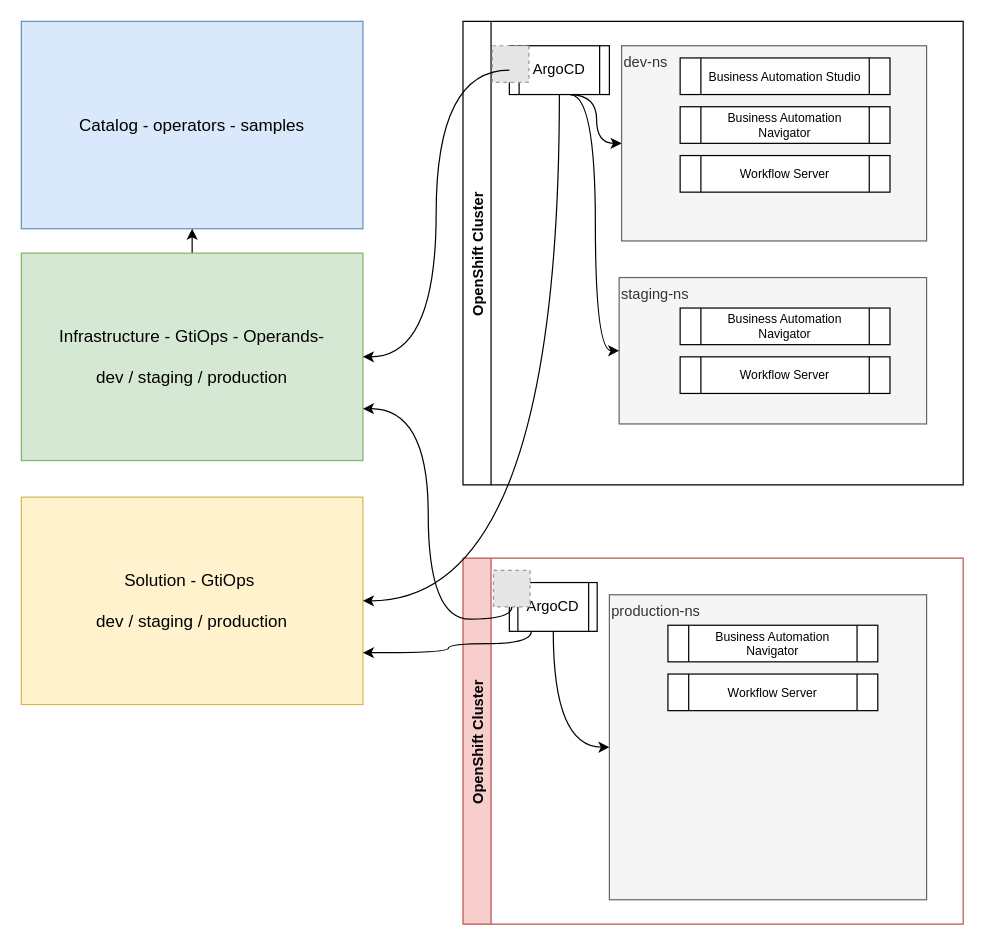
Before: docs/diagrams/gitops-catalog.drawio in ibm-cloud-architecture/dba-infra-gitops, a draw.io diagram. Source tidied: cells renumbered, new cells numbered last; positions are measured from the earlier drawing's top-left corner, leaving out a move shared by most shapes. Both pictures are drawn from the tidied source at 122%, with x=0, y=0 at pixel (21, 21). Pictures stored in the file or linked from it are replaced by grey dashed boxes.
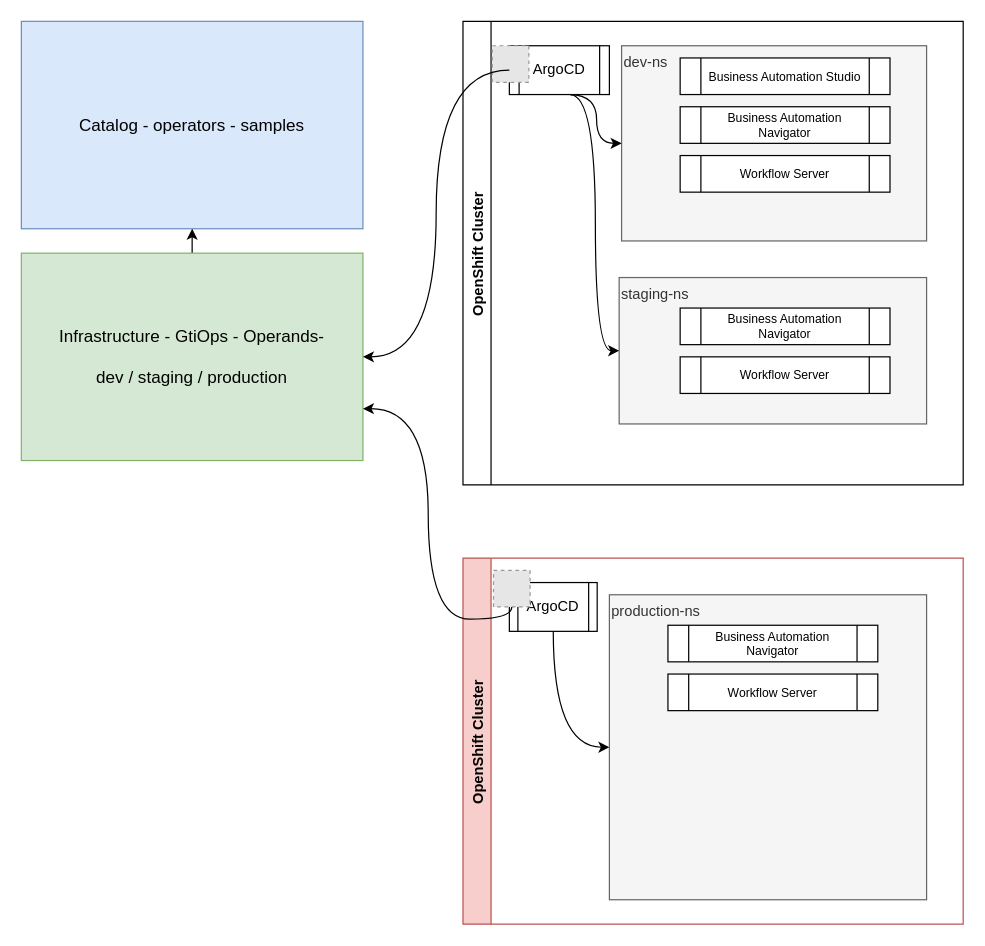
Above is the later version.

Commit message (it also covers changes not shown here):
modify gitops diagram

The change refers to these unchanged cells:
```xml
<mxCell id="7" value="ArgoCD" style="shape=process;whiteSpace=wrap;html=1;backgroundOutline=1;" parent="6" vertex="1">
  <mxGeometry x="38" y="20" width="82" height="40" as="geometry" />
</mxCell>
<mxCell id="17" value="ArgoCD" style="shape=process;whiteSpace=wrap;html=1;backgroundOutline=1;" parent="16" vertex="1">
  <mxGeometry x="38" y="20" width="72" height="40" as="geometry" />
</mxCell>
```

The edit, as a diff of the source:
```diff
@@
-    <mxCell id="5" value="Solution - GtiOps&amp;nbsp;&lt;br style=&quot;font-size: 14px;&quot;&gt;&lt;br style=&quot;font-size: 14px;&quot;&gt;dev / staging / production" style="rounded=0;whiteSpace=wrap;html=1;align=center;fillColor=#fff2cc;strokeColor=#d6b656;fontSize=14;" parent="1" vertex="1">
-      <mxGeometry y="390" width="280" height="170" as="geometry" />
-    </mxCell>
@@
-    <mxCell id="25" style="edgeStyle=orthogonalEdgeStyle;html=1;entryX=1;entryY=0.5;entryDx=0;entryDy=0;fontSize=10;curved=1;exitX=0.5;exitY=1;exitDx=0;exitDy=0;" parent="1" edge="1" source="7" target="5">
-      <mxGeometry relative="1" as="geometry" />
-    </mxCell>
@@
-    <mxCell id="28" style="edgeStyle=orthogonalEdgeStyle;html=1;entryX=1;entryY=0.75;entryDx=0;entryDy=0;fontSize=10;curved=1;exitX=0.25;exitY=1;exitDx=0;exitDy=0;" parent="1" edge="1" source="17" target="5">
-      <mxGeometry relative="1" as="geometry">
-        <Array as="points">
-          <mxPoint x="418" y="510" />
-          <mxPoint x="350" y="510" />
-          <mxPoint x="350" y="518" />
-        </Array>
-      </mxGeometry>
-    </mxCell>
```
